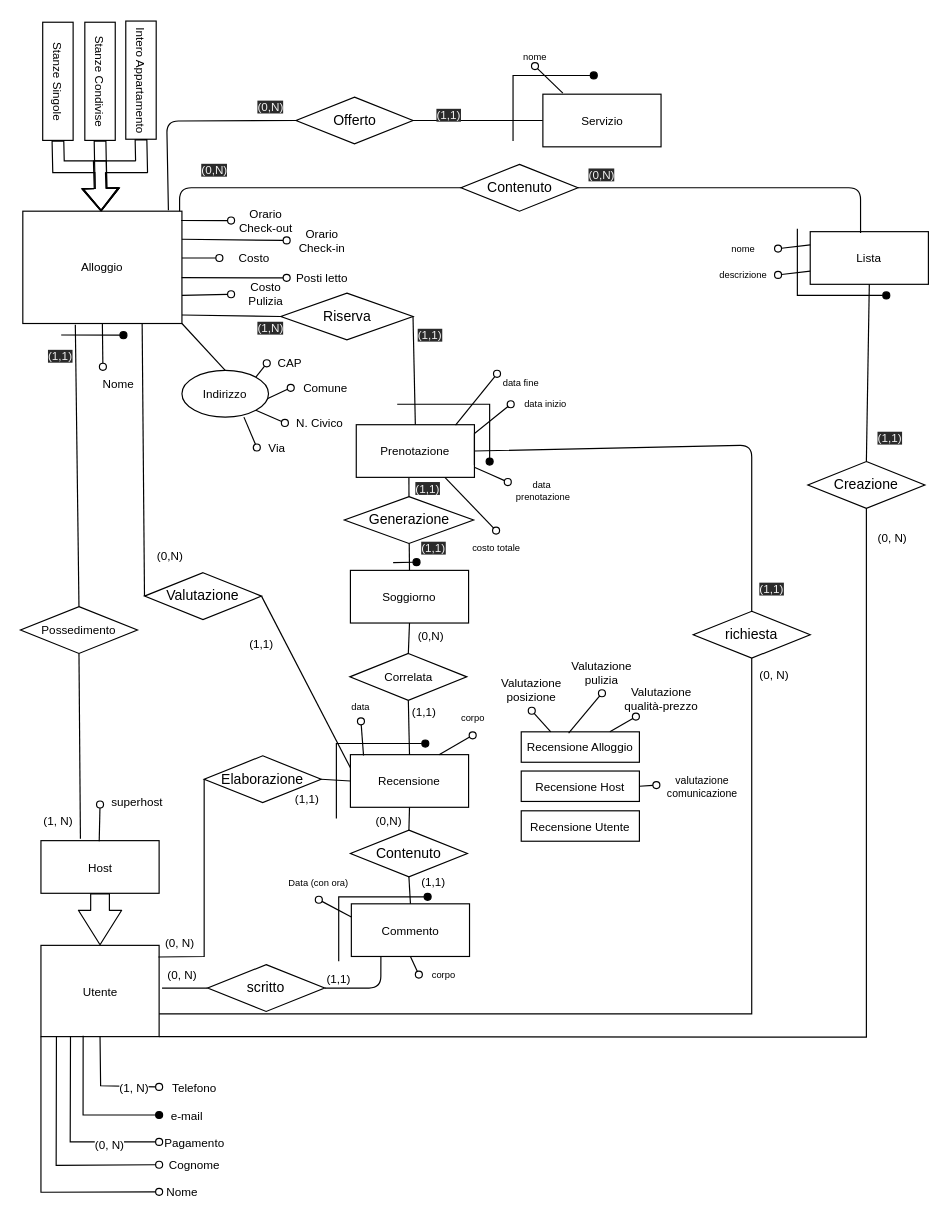
Above: page "Page-3" (3 of 14) of ER.drawio in eduardz1/Home-Booking (draw.io), before the change. Source tidied: cells renumbered, new cells numbered last; positions are measured from the earlier drawing's top-left corner, leaving out a move shared by most shapes. Both pictures are drawn from the tidied source at 117%, with x=0, y=0 at pixel (-2, 47).
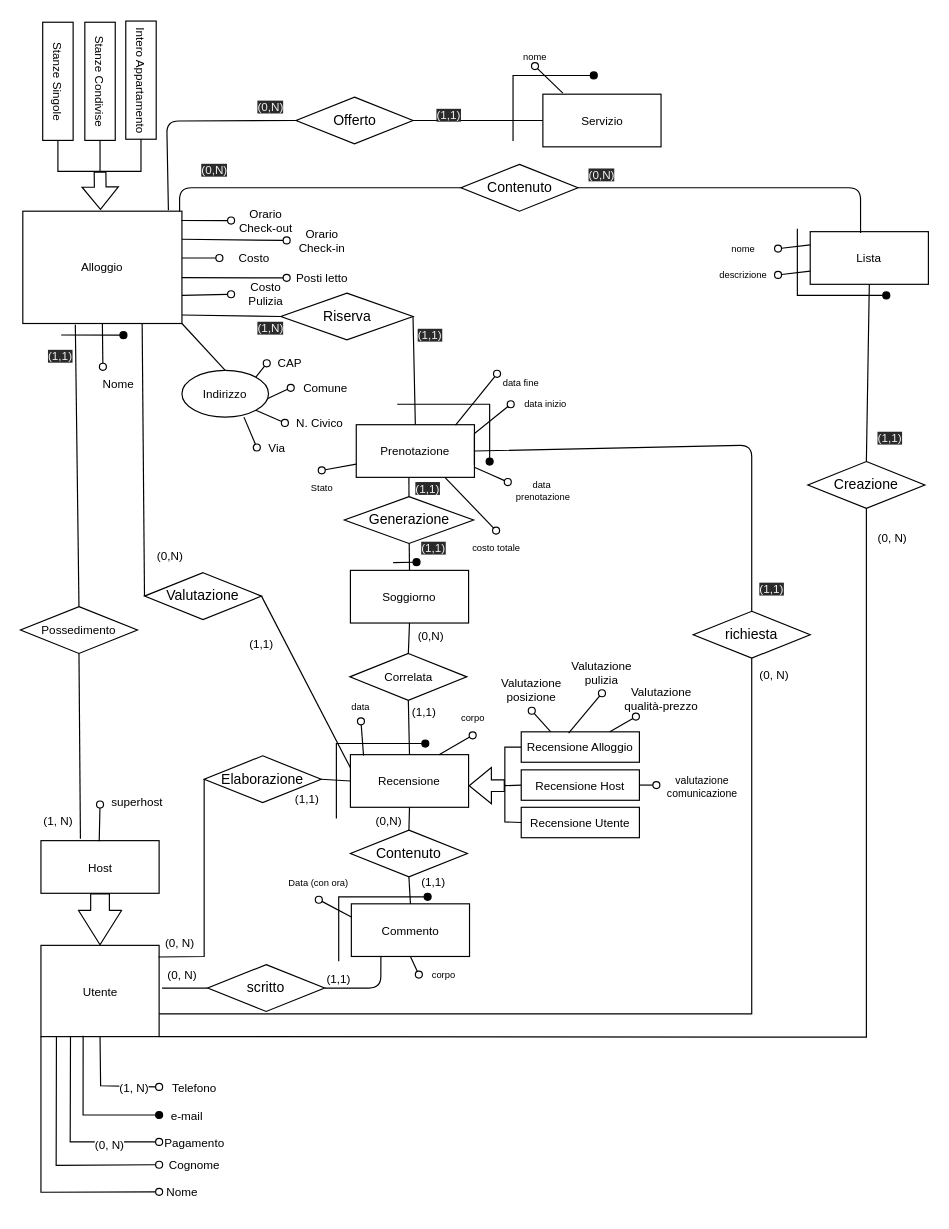
After the change.

The change refers to these unchanged cells:
```xml
<mxCell id="3" value="&lt;font style=&quot;font-size: 10px;&quot;&gt;Alloggio&lt;/font&gt;" style="rounded=0;whiteSpace=wrap;html=1;fontSize=10;" parent="1" vertex="1">
  <mxGeometry x="21" y="140" width="136" height="96" as="geometry" />
</mxCell>
<mxCell id="31" value="&lt;font style=&quot;font-size: 10px&quot;&gt;Intero Appartamento&lt;/font&gt;" style="rounded=0;whiteSpace=wrap;html=1;fontSize=10;rotation=90;" parent="30" vertex="1">
  <mxGeometry x="65" y="5" width="101" height="26" as="geometry" />
</mxCell>
<mxCell id="32" value="&lt;font style=&quot;font-size: 10px&quot;&gt;Stanze Condivise&lt;/font&gt;" style="rounded=0;whiteSpace=wrap;html=1;fontSize=10;rotation=90;" parent="30" vertex="1">
  <mxGeometry x="30" y="6" width="101" height="26" as="geometry" />
</mxCell>
<mxCell id="33" value="&lt;font style=&quot;font-size: 10px&quot;&gt;Stanze Singole&lt;/font&gt;" style="rounded=0;whiteSpace=wrap;html=1;fontSize=10;rotation=90;" parent="30" vertex="1">
  <mxGeometry x="-6" y="6" width="101" height="26" as="geometry" />
</mxCell>
<mxCell id="66" value="&lt;font style=&quot;font-size: 10px&quot;&gt;Recensione&lt;/font&gt;" style="rounded=0;whiteSpace=wrap;html=1;fontSize=10;" parent="1" vertex="1">
  <mxGeometry x="301" y="604.5" width="101" height="45" as="geometry" />
</mxCell>
<mxCell id="67" value="&lt;font style=&quot;font-size: 10px&quot;&gt;Recensione Alloggio&lt;/font&gt;" style="rounded=0;whiteSpace=wrap;html=1;fontSize=10;" parent="1" vertex="1">
  <mxGeometry x="447" y="585" width="101" height="26" as="geometry" />
</mxCell>
```

Diff of the diagram source:
```diff
@@
-    <mxCell id="34" style="shape=flexArrow;endArrow=classic;html=1;rounded=0;fontSize=10;fillColor=none;exitX=1;exitY=0.5;exitDx=0;exitDy=0;" parent="1" edge="1" source="32" target="3">
-      <mxGeometry relative="1" as="geometry" />
-    </mxCell>
-    <mxCell id="35" style="shape=flexArrow;endArrow=classic;html=1;fontSize=10;fillColor=none;exitX=1;exitY=0.5;exitDx=0;exitDy=0;rounded=0;" parent="1" edge="1" source="33" target="3">
-      <mxGeometry relative="1" as="geometry">
-        <Array as="points">
-          <mxPoint x="51.5" y="102" />
-          <mxPoint x="87.5" y="102" />
-        </Array>
-      </mxGeometry>
-    </mxCell>
-    <mxCell id="36" style="shape=flexArrow;endArrow=classic;html=1;fontFamily=Helvetica;fontSize=10;rounded=0;fillColor=none;exitX=1;exitY=0.5;exitDx=0;exitDy=0;" parent="1" edge="1" source="31" target="3">
-      <mxGeometry relative="1" as="geometry">
-        <Array as="points">
-          <mxPoint x="122.5" y="102" />
-          <mxPoint x="86.5" y="102" />
-        </Array>
-      </mxGeometry>
-    </mxCell>
@@
     <mxCell id="68" value="&lt;font style=&quot;font-size: 10px&quot;&gt;Recensione Utente&lt;/font&gt;" style="rounded=0;whiteSpace=wrap;html=1;fontSize=10;" parent="1" vertex="1">
-      <mxGeometry x="447" y="652.5" width="101" height="26" as="geometry" />
+      <mxGeometry x="447" y="649.5" width="101" height="26" as="geometry" />
     </mxCell>
@@
     <mxCell id="71" value="&lt;font style=&quot;font-size: 10px&quot;&gt;Recensione Host&lt;/font&gt;" style="rounded=0;whiteSpace=wrap;html=1;fontSize=10;" parent="1" vertex="1">
-      <mxGeometry x="447" y="618.5" width="101" height="26" as="geometry" />
+      <mxGeometry x="447" y="617.5" width="101" height="26" as="geometry" />
     </mxCell>
@@
+    <mxCell id="162" style="endArrow=none;html=1;entryX=1;entryY=0.5;entryDx=0;entryDy=0;rounded=0;" parent="1" edge="1" target="31">
+      <mxGeometry relative="1" as="geometry">
+        <mxPoint x="87" y="106" as="sourcePoint" />
+        <Array as="points">
+          <mxPoint x="122" y="106" />
+        </Array>
+      </mxGeometry>
+    </mxCell>
+    <mxCell id="163" style="endArrow=none;html=1;entryX=1;entryY=0.5;entryDx=0;entryDy=0;" parent="1" edge="1" target="32">
+      <mxGeometry relative="1" as="geometry">
+        <mxPoint x="87" y="106" as="sourcePoint" />
+      </mxGeometry>
+    </mxCell>
+    <mxCell id="164" style="endArrow=none;html=1;entryX=1;entryY=0.5;entryDx=0;entryDy=0;rounded=0;" parent="1" edge="1" target="33">
+      <mxGeometry relative="1" as="geometry">
+        <mxPoint x="87" y="106" as="sourcePoint" />
+        <Array as="points">
+          <mxPoint x="51" y="106" />
+        </Array>
+      </mxGeometry>
+    </mxCell>
+    <mxCell id="165" style="shape=flexArrow;endArrow=classic;html=1;rounded=0;entryX=0.488;entryY=-0.012;entryDx=0;entryDy=0;entryPerimeter=0;" parent="1" edge="1" target="3">
+      <mxGeometry relative="1" as="geometry">
+        <mxPoint x="87" y="106" as="sourcePoint" />
+      </mxGeometry>
+    </mxCell>
+    <mxCell id="166" style="endArrow=none;html=1;rounded=0;entryX=0;entryY=0.5;entryDx=0;entryDy=0;" parent="1" edge="1" target="71">
+      <mxGeometry relative="1" as="geometry">
+        <mxPoint x="433" y="631" as="sourcePoint" />
+      </mxGeometry>
+    </mxCell>
+    <mxCell id="167" style="endArrow=none;html=1;rounded=0;entryX=0;entryY=0.5;entryDx=0;entryDy=0;" parent="1" edge="1" target="67">
+      <mxGeometry relative="1" as="geometry">
+        <mxPoint x="433" y="631" as="sourcePoint" />
+        <Array as="points">
+          <mxPoint x="433" y="598" />
+        </Array>
+      </mxGeometry>
+    </mxCell>
+    <mxCell id="168" style="endArrow=none;html=1;rounded=0;entryX=0;entryY=0.5;entryDx=0;entryDy=0;" parent="1" edge="1" target="68">
+      <mxGeometry relative="1" as="geometry">
+        <mxPoint x="433" y="630" as="sourcePoint" />
+        <Array as="points">
+          <mxPoint x="433" y="662" />
+        </Array>
+      </mxGeometry>
+    </mxCell>
+    <mxCell id="169" style="shape=flexArrow;endArrow=classic;html=1;rounded=0;entryX=1;entryY=0.59;entryDx=0;entryDy=0;entryPerimeter=0;" parent="1" edge="1" target="66">
+      <mxGeometry relative="1" as="geometry">
+        <mxPoint x="433" y="631" as="sourcePoint" />
+      </mxGeometry>
+    </mxCell>
+    <mxCell id="170" style="endArrow=none;html=1;rounded=0;align=center;verticalAlign=top;endFill=0;labelBackgroundColor=none;endSize=6;startArrow=oval;startFill=0;fontSize=10;entryX=0;entryY=0.75;entryDx=0;entryDy=0;exitX=0.5;exitY=0;exitDx=0;exitDy=0;" parent="1" edge="1" source="171">
+      <mxGeometry relative="1" as="geometry">
+        <mxPoint x="306" y="356.2" as="targetPoint" />
+      </mxGeometry>
+    </mxCell>
+    <mxCell id="171" value="Stato" style="text;html=1;strokeColor=none;fillColor=none;align=center;verticalAlign=middle;whiteSpace=wrap;rounded=0;fontSize=8;" parent="1" vertex="1">
+      <mxGeometry x="246.5" y="361.5" width="60" height="30" as="geometry" />
+    </mxCell>
```
